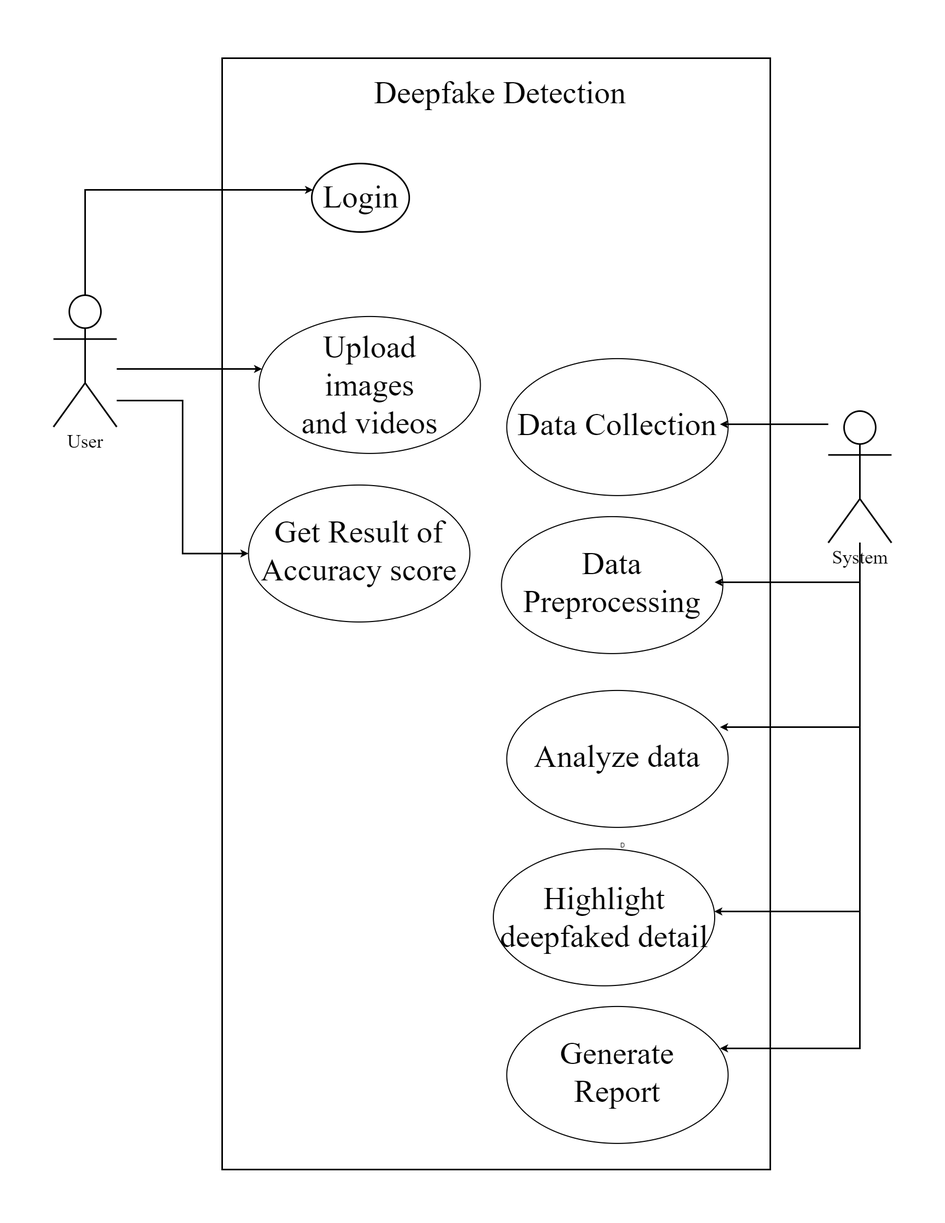
Before: img/usecasediagram.drawio.png, a diagram exported from draw.io (SanjishMaharjan/Project-Report). Source tidied: cells renumbered, new cells last; positions are measured from the earlier drawing's top-left corner, leaving out a move shared by most shapes.
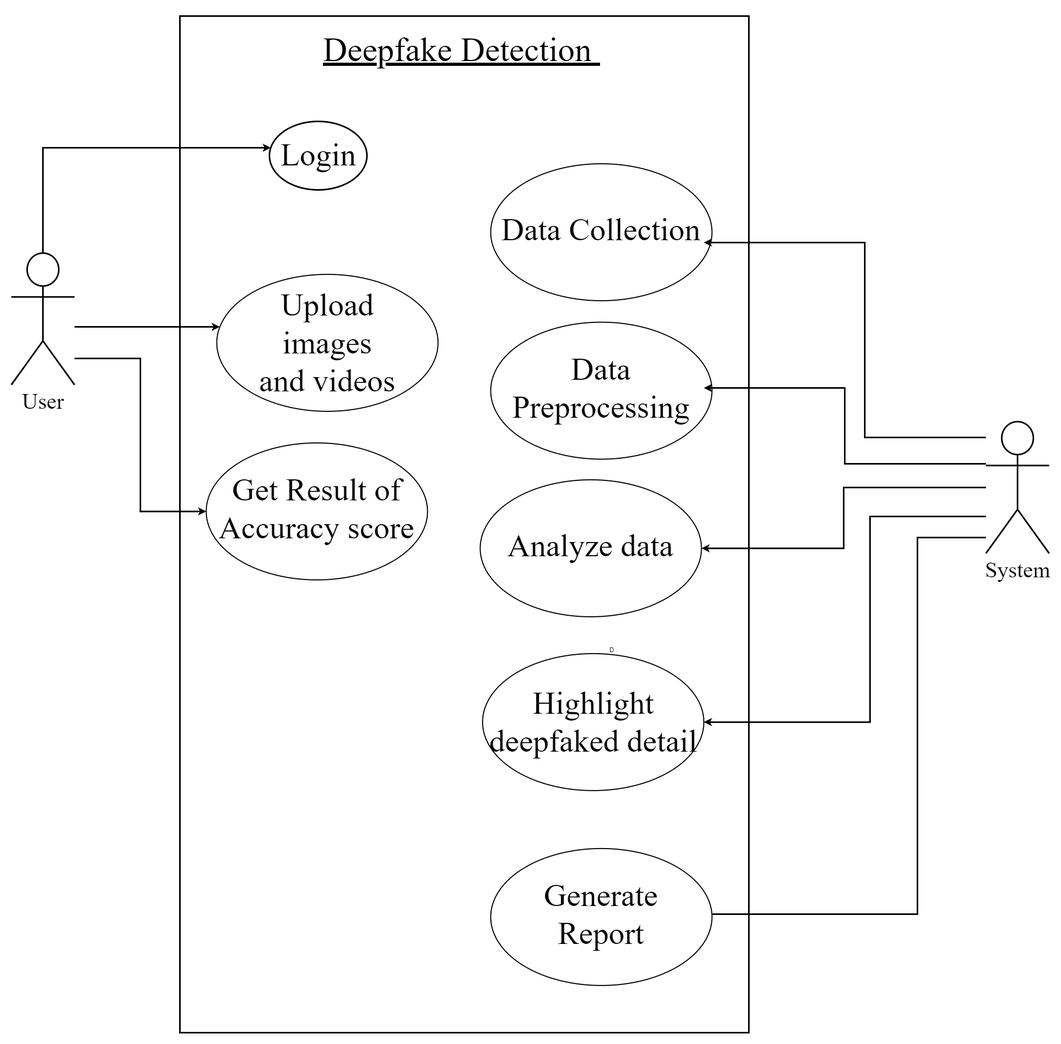
Later version of the same file.

What changed in the source:
```diff
@@ -3,7 +3,7 @@
     <mxCell id="0" />
     <mxCell id="1" parent="0" />
     <mxCell id="2" style="rounded=0;whiteSpace=wrap;html=1;strokeWidth=3;fontFamily=Times New Roman;fontSize=36;" parent="1" vertex="1">
-      <mxGeometry x="320" y="10" width="1040" height="2110" as="geometry" />
+      <mxGeometry x="320" y="10" width="1080" height="1930" as="geometry" />
     </mxCell>
     <mxCell id="3" style="edgeStyle=orthogonalEdgeStyle;rounded=0;jettySize=auto;html=1;fontFamily=Times New Roman;fontSize=36;strokeWidth=3;" parent="1" edge="1" source="6" target="9">
       <mxGeometry relative="1" as="geometry">
@@ -28,7 +28,7 @@
         </Array>
       </mxGeometry>
     </mxCell>
-    <mxCell id="6" value="&lt;font style=&quot;font-size: 36px;&quot; face=&quot;Times New Roman&quot;&gt;User&lt;/font&gt;" style="shape=umlActor;verticalLabelPosition=bottom;verticalAlign=top;html=1;outlineConnect=0;strokeWidth=3;" parent="1" vertex="1">
+    <mxCell id="6" value="&lt;font style=&quot;font-size: 42px;&quot; face=&quot;Times New Roman&quot;&gt;User&lt;/font&gt;" style="shape=umlActor;verticalLabelPosition=bottom;verticalAlign=top;html=1;outlineConnect=0;strokeWidth=3;" parent="1" vertex="1">
       <mxGeometry y="460" width="120" height="250" as="geometry" />
     </mxCell>
     <mxCell id="7" style="group;" parent="1" vertex="1">
@@ -65,7 +65,7 @@
       <mxGeometry x="15.5" width="389.1" height="290" as="geometry" />
     </mxCell>
     <mxCell id="18" style="group;" parent="1" vertex="1">
-      <mxGeometry x="860" y="560" width="460" height="300.8" as="geometry" />
+      <mxGeometry x="910" y="270" width="460" height="300.8" as="geometry" />
     </mxCell>
     <mxCell id="19" style="ellipse;whiteSpace=wrap;html=1;strokeWidth=2;" parent="18" vertex="1">
       <mxGeometry y="20.4" width="420" height="260" as="geometry" />
@@ -74,7 +74,7 @@
       <mxGeometry x="15.5" width="389.1" height="290" as="geometry" />
     </mxCell>
     <mxCell id="21" style="group;" parent="1" vertex="1">
-      <mxGeometry x="850" y="860" width="460" height="300.8" as="geometry" />
+      <mxGeometry x="910" y="570.8" width="460" height="300.8" as="geometry" />
     </mxCell>
     <mxCell id="22" style="ellipse;whiteSpace=wrap;html=1;strokeWidth=2;" parent="21" vertex="1">
       <mxGeometry y="20.4" width="420" height="260" as="geometry" />
@@ -83,7 +83,7 @@
       <mxGeometry x="15.5" width="389.1" height="290" as="geometry" />
     </mxCell>
     <mxCell id="24" style="group;" parent="1" vertex="1">
-      <mxGeometry x="860" y="1190" width="460" height="300.8" as="geometry" />
+      <mxGeometry x="890" y="870" width="460" height="300.8" as="geometry" />
     </mxCell>
     <mxCell id="25" style="ellipse;whiteSpace=wrap;html=1;strokeWidth=2;" parent="24" vertex="1">
       <mxGeometry y="20.4" width="420" height="260" as="geometry" />
@@ -92,52 +92,51 @@
       <mxGeometry x="15.5" width="389.1" height="290" as="geometry" />
     </mxCell>
     <mxCell id="27" value="D" style="group;" parent="1" vertex="1">
-      <mxGeometry x="850" y="1490.8" width="460" height="300.8" as="geometry" />
+      <mxGeometry x="910" y="1200" width="460" height="300.8" as="geometry" />
     </mxCell>
     <mxCell id="28" value="&lt;font style=&quot;font-size: 60px;&quot; face=&quot;Times New Roman&quot;&gt;Highlight deepfaked detail&lt;/font&gt;" style="ellipse;whiteSpace=wrap;html=1;strokeWidth=2;" parent="27" vertex="1">
       <mxGeometry x="-15.5" y="20.4" width="420" height="260" as="geometry" />
     </mxCell>
-    <mxCell id="29" style="edgeStyle=orthogonalEdgeStyle;rounded=0;jettySize=auto;html=1;strokeWidth=3;fontFamily=Times New Roman;fontSize=36;" parent="1" edge="1" source="34" target="20">
+    <mxCell id="29" style="edgeStyle=orthogonalEdgeStyle;rounded=0;jettySize=auto;html=1;strokeWidth=3;" parent="1" edge="1" source="34" target="20">
       <mxGeometry relative="1" as="geometry">
         <Array as="points">
-          <mxPoint x="1430" y="705" />
-          <mxPoint x="1430" y="705" />
+          <mxPoint x="1620" y="810" />
+          <mxPoint x="1620" y="440" />
         </Array>
       </mxGeometry>
     </mxCell>
-    <mxCell id="30" style="edgeStyle=orthogonalEdgeStyle;rounded=0;jettySize=auto;html=1;entryX=1;entryY=0.5;entryDx=0;entryDy=0;strokeWidth=3;fontFamily=Times New Roman;fontSize=36;" parent="1" edge="1" source="34" target="23">
+    <mxCell id="30" style="edgeStyle=orthogonalEdgeStyle;rounded=0;jettySize=auto;html=1;strokeWidth=3;" parent="1" edge="1" source="34" target="23">
       <mxGeometry relative="1" as="geometry">
         <Array as="points">
-          <mxPoint x="1530" y="1005" />
+          <mxPoint x="1582" y="860" />
+          <mxPoint x="1582" y="716" />
         </Array>
       </mxGeometry>
     </mxCell>
-    <mxCell id="31" style="edgeStyle=orthogonalEdgeStyle;rounded=0;jettySize=auto;html=1;strokeWidth=3;fontFamily=Times New Roman;fontSize=36;" parent="1" edge="1" source="34" target="26">
-      <mxGeometry relative="1" as="geometry">
-        <Array as="points">
-          <mxPoint x="1530" y="1280" />
-        </Array>
-      </mxGeometry>
-    </mxCell>
+    <mxCell id="39" style="edgeStyle=orthogonalEdgeStyle;rounded=0;jettySize=auto;html=1;entryX=1;entryY=0.5;entryDx=0;entryDy=0;strokeWidth=3;" parent="1" edge="1" source="34" target="25">
+      <mxGeometry relative="1" as="geometry" />
+    </mxCell>
-    <mxCell id="32" style="edgeStyle=orthogonalEdgeStyle;rounded=0;jettySize=auto;html=1;strokeWidth=3;fontFamily=Times New Roman;fontSize=36;" parent="1" edge="1" source="34" target="28">
+    <mxCell id="32" style="edgeStyle=orthogonalEdgeStyle;rounded=0;jettySize=auto;html=1;entryX=1;entryY=0.5;entryDx=0;entryDy=0;strokeWidth=3;" parent="1" edge="1" source="34" target="28">
       <mxGeometry relative="1" as="geometry">
         <Array as="points">
-          <mxPoint x="1530" y="1630" />
+          <mxPoint x="1630" y="960" />
+          <mxPoint x="1630" y="1350" />
         </Array>
       </mxGeometry>
     </mxCell>
-    <mxCell id="33" style="edgeStyle=orthogonalEdgeStyle;rounded=0;jettySize=auto;html=1;strokeWidth=3;fontFamily=Times New Roman;fontSize=36;" parent="1" edge="1" source="34" target="37">
+    <mxCell id="33" style="edgeStyle=orthogonalEdgeStyle;rounded=0;jettySize=auto;html=1;entryX=1;entryY=0.5;entryDx=0;entryDy=0;strokeWidth=3;" parent="1" edge="1" source="34" target="37">
       <mxGeometry relative="1" as="geometry">
         <Array as="points">
-          <mxPoint x="1530" y="1890" />
+          <mxPoint x="1720" y="1000" />
+          <mxPoint x="1720" y="1715" />
         </Array>
       </mxGeometry>
     </mxCell>
-    <mxCell id="34" value="&lt;font style=&quot;font-size: 36px;&quot; face=&quot;Times New Roman&quot;&gt;System&lt;/font&gt;" style="shape=umlActor;verticalLabelPosition=bottom;verticalAlign=top;html=1;outlineConnect=0;strokeWidth=3;" parent="1" vertex="1">
-      <mxGeometry x="1470" y="680" width="120" height="250" as="geometry" />
+    <mxCell id="34" value="&lt;font style=&quot;font-size: 42px;&quot; face=&quot;Times New Roman&quot;&gt;System&lt;/font&gt;" style="shape=umlActor;verticalLabelPosition=bottom;verticalAlign=top;html=1;outlineConnect=0;strokeWidth=3;" parent="1" vertex="1">
+      <mxGeometry x="1850" y="780" width="120" height="250" as="geometry" />
     </mxCell>
     <mxCell id="35" style="group;" parent="1" vertex="1">
-      <mxGeometry x="860" y="1790" width="460" height="300.8" as="geometry" />
+      <mxGeometry x="910" y="1570" width="460" height="300.8" as="geometry" />
     </mxCell>
     <mxCell id="36" style="ellipse;whiteSpace=wrap;html=1;strokeWidth=2;" parent="35" vertex="1">
       <mxGeometry y="20.4" width="420" height="260" as="geometry" />
@@ -145,7 +144,7 @@
     <mxCell id="37" value="&lt;font style=&quot;font-size: 60px;&quot; face=&quot;Times New Roman&quot;&gt;Generate Report&lt;br&gt;&lt;/font&gt;" style="text;html=1;strokeColor=none;fillColor=none;align=center;verticalAlign=middle;whiteSpace=wrap;rounded=0;" parent="35" vertex="1">
       <mxGeometry x="15.5" width="389.1" height="290" as="geometry" />
     </mxCell>
-    <mxCell id="38" value="Deepfake Detection&amp;nbsp;" style="text;html=1;strokeColor=none;fillColor=none;align=center;verticalAlign=middle;whiteSpace=wrap;rounded=0;fontSize=60;fontFamily=Times New Roman;" parent="1" vertex="1">
+    <mxCell id="38" value="&lt;u&gt;&lt;font style=&quot;font-size: 64px;&quot;&gt;Deepfake Detection&amp;nbsp;&lt;/font&gt;&lt;/u&gt;" style="text;html=1;strokeColor=none;fillColor=none;align=center;verticalAlign=middle;whiteSpace=wrap;rounded=0;fontSize=60;fontFamily=Times New Roman;" parent="1" vertex="1">
       <mxGeometry x="550" width="610" height="150" as="geometry" />
     </mxCell>
   </root>
```
